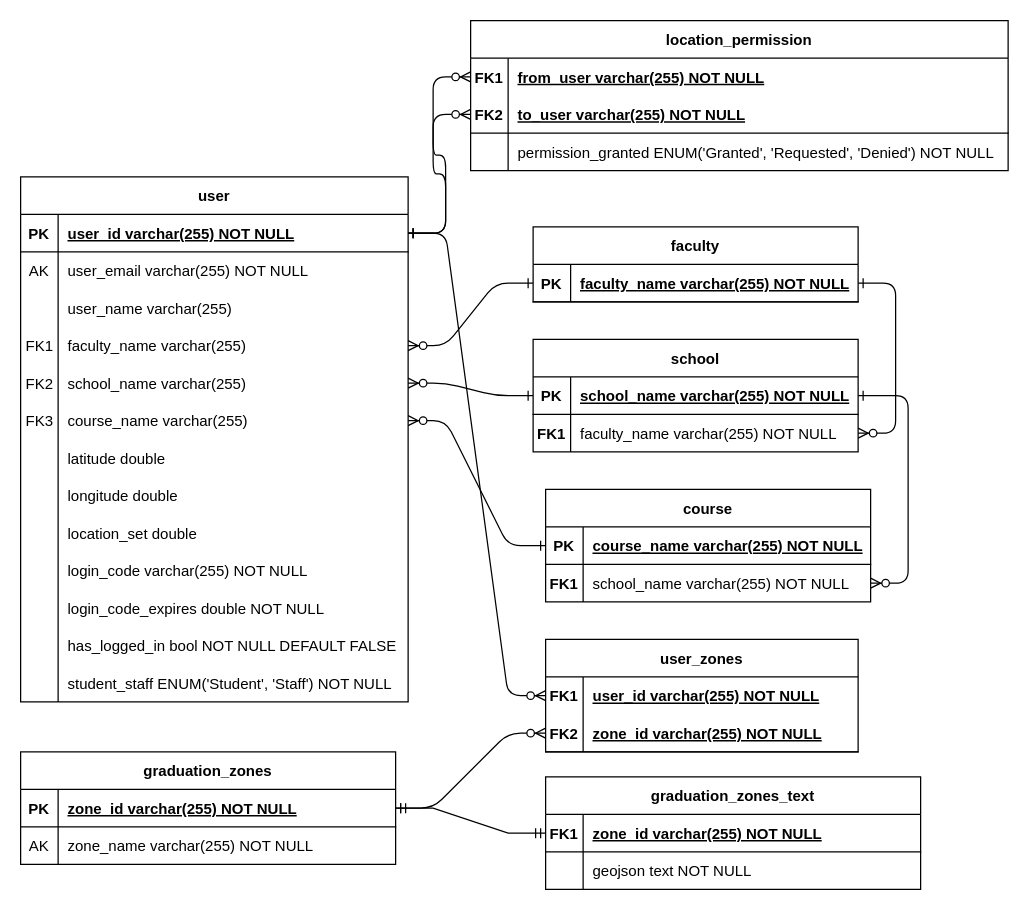
Before: Graduation-Gathering/aws/RDS/ERD.drawio in AdamMurray22/Graduation-Gathering, a draw.io diagram. Source tidied: cells renumbered, new cells numbered last; positions are measured from the earlier drawing's top-left corner, leaving out a move shared by most shapes. Both pictures are drawn from the tidied source at 125%, with x=0, y=0 at pixel (20, 20).
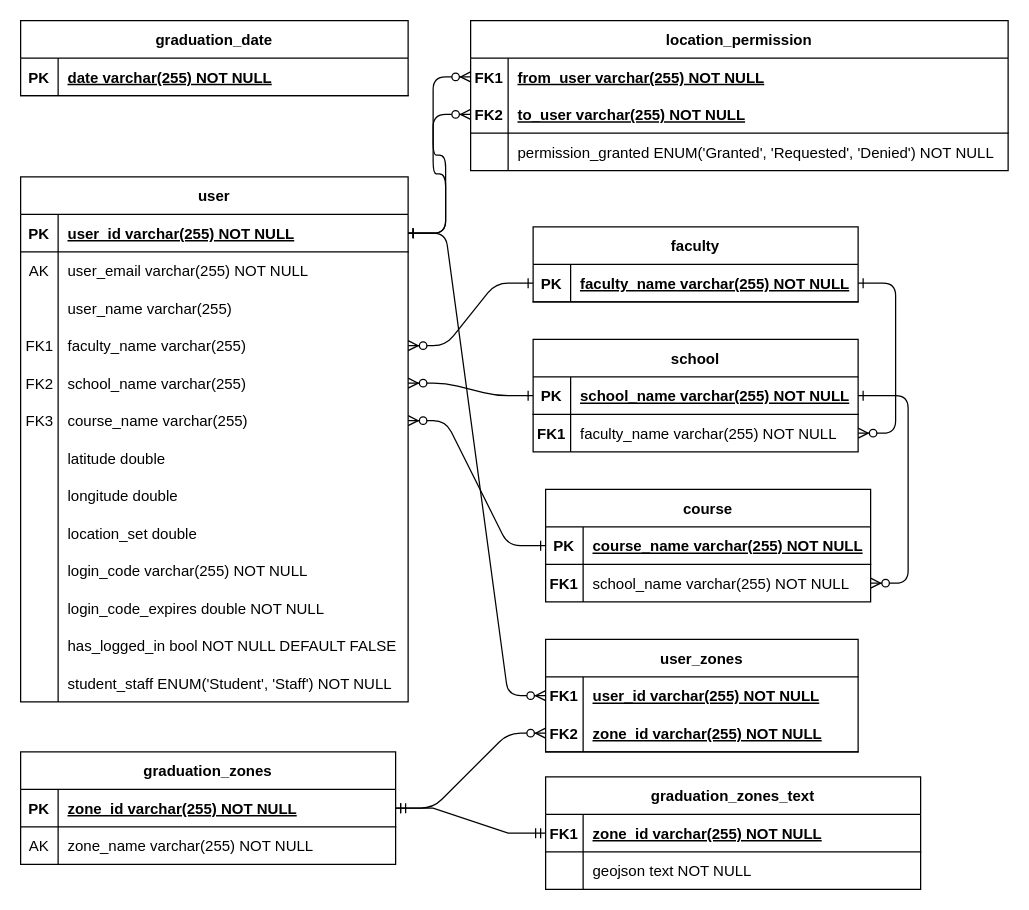
Above is the later version.

Change to the diagram source:
```diff
@@
+    <mxCell id="114" style="group;" parent="1" vertex="1">
+      <mxGeometry width="310" height="400" as="geometry" />
+    </mxCell>
+    <mxCell id="115" value="graduation_date" style="shape=table;startSize=30;childLayout=tableLayout;rowLines=0;fontStyle=1;align=center;" parent="114" vertex="1">
+      <mxGeometry width="310" height="60" as="geometry" />
+    </mxCell>
+    <mxCell id="116" style="shape=partialRectangle;fillColor=none;top=0;left=0;right=0;bottom=1;" parent="115" vertex="1">
+      <mxGeometry y="30" width="310" height="30" as="geometry" />
+    </mxCell>
+    <mxCell id="117" value="PK" style="shape=partialRectangle;overflow=hidden;fillColor=none;top=0;left=0;bottom=0;right=0;fontStyle=1;" parent="116" vertex="1">
+      <mxGeometry width="30" height="30" as="geometry" />
+    </mxCell>
+    <mxCell id="118" value="date varchar(255) NOT NULL " style="shape=partialRectangle;overflow=hidden;fillColor=none;top=0;left=0;bottom=0;right=0;align=left;spacingLeft=6;fontStyle=5;" parent="116" vertex="1">
+      <mxGeometry x="30" width="280" height="30" as="geometry" />
+    </mxCell>
```
